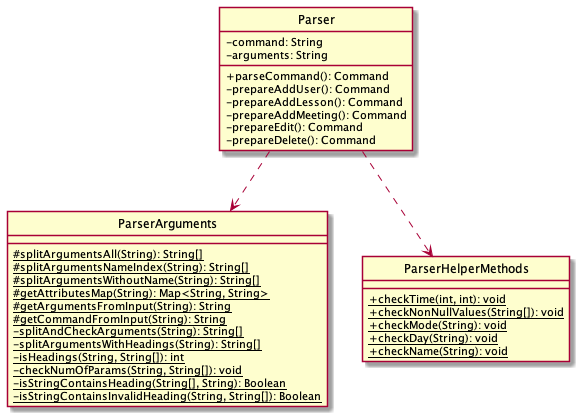
Earlier version of the PlantUML export docs/images/ParserClassDiagram.png (nus-cs2113-AY2122S2/tp).
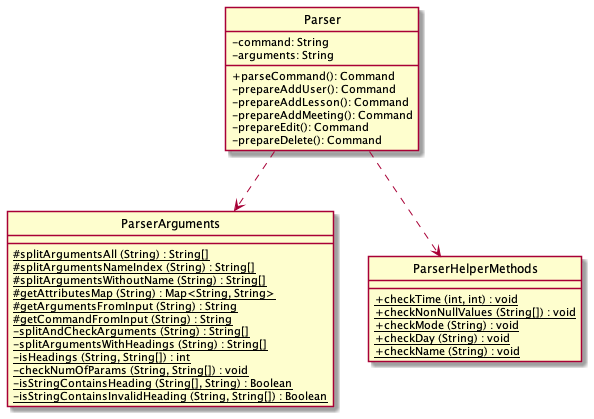
After the change.

The edit, as a diff of the source:
```diff
@@ -15,26 +15,26 @@
 }
 
 class ParserArguments {
-#{static} splitArgumentsAll(String): String[]
-#{static} splitArgumentsNameIndex(String): String[]
-#{static} splitArgumentsWithoutName(String): String[]
-#{static} getAttributesMap(String): Map<String, String>
-#{static} getArgumentsFromInput(String): String
-#{static} getCommandFromInput(String): String
--{static} splitAndCheckArguments(String): String[]
--{static} splitArgumentsWithHeadings(String): String[]
--{static} isHeadings(String, String[]): int
--{static} checkNumOfParams(String, String[]): void
--{static} isStringContainsHeading(String[], String): Boolean
--{static} isStringContainsInvalidHeading(String, String[]): Boolean
+#{static} splitArgumentsAll (String) : String[]
+#{static} splitArgumentsNameIndex (String) : String[]
+#{static} splitArgumentsWithoutName (String) : String[]
+#{static} getAttributesMap (String) : Map<String, String>
+#{static} getArgumentsFromInput (String) : String
+#{static} getCommandFromInput (String) : String
+-{static} splitAndCheckArguments (String) : String[]
+-{static} splitArgumentsWithHeadings (String) : String[]
+-{static} isHeadings (String, String[]) : int
+-{static} checkNumOfParams (String, String[]) : void
+-{static} isStringContainsHeading (String[], String) : Boolean
+-{static} isStringContainsInvalidHeading (String, String[]) : Boolean
 }
 
 class ParserHelperMethods {
-+{static} checkTime(int, int): void
-+{static} checkNonNullValues(String[]): void
-+{static} checkMode(String): void
-+{static} checkDay(String): void
-+{static} checkName(String): void
++{static} checkTime (int, int) : void
++{static} checkNonNullValues (String[]) : void
++{static} checkMode (String) : void
++{static} checkDay (String) : void
++{static} checkName (String) : void
 }
 
 Parser ..> ParserHelperMethods
```
